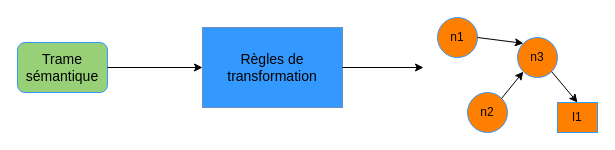
Above: images/Conception/DM/Transformer.drawio in Wissben/Master-Thesis (draw.io), before the change. Source tidied: cells renumbered, new cells numbered last; positions are measured from the earlier drawing's top-left corner, leaving out a move shared by most shapes. Both pictures are drawn from the tidied source at 100%, with x=0, y=0 at pixel (17, 17).
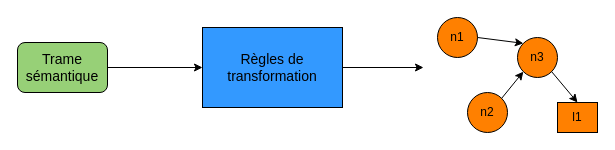
Above is the later version.

Change to the diagram source:
```diff
@@
 <mxGraphModel>
   <root>
     <mxCell id="0" />
     <mxCell id="1" parent="0" />
-    <mxCell id="2" value="&lt;div style=&quot;font-size: 14px&quot;&gt;&lt;font style=&quot;font-size: 14px&quot;&gt;Règles de&lt;/font&gt;&lt;/div&gt;&lt;div style=&quot;font-size: 14px&quot;&gt;&lt;font style=&quot;font-size: 14px&quot;&gt; transformation&lt;/font&gt;&lt;/div&gt;" style="rounded=0;whiteSpace=wrap;html=1;fillColor=#3399FF;strokeColor=#6c8ebf;" parent="1" vertex="1">
+    <mxCell id="2" value="&lt;div style=&quot;font-size: 14px&quot;&gt;&lt;font style=&quot;font-size: 14px&quot;&gt;Règles de&lt;/font&gt;&lt;/div&gt;&lt;div style=&quot;font-size: 14px&quot;&gt;&lt;font style=&quot;font-size: 14px&quot;&gt; transformation&lt;/font&gt;&lt;/div&gt;" style="rounded=0;whiteSpace=wrap;html=1;fillColor=#3399FF;strokeColor=#000000;" parent="1" vertex="1">
       <mxGeometry x="185" y="10" width="140" height="80" as="geometry" />
     </mxCell>
-    <mxCell id="3" value="&lt;font style=&quot;font-size: 14px&quot;&gt;Trame sémantique&lt;/font&gt;" style="rounded=1;whiteSpace=wrap;html=1;fillColor=#97D077;strokeColor=#3399FF;" parent="1" vertex="1">
+    <mxCell id="3" value="&lt;font style=&quot;font-size: 14px&quot;&gt;Trame sémantique&lt;/font&gt;" style="rounded=1;whiteSpace=wrap;html=1;fillColor=#97D077;strokeColor=#000000;" parent="1" vertex="1">
       <mxGeometry y="25" width="90" height="50" as="geometry" />
     </mxCell>
     <mxCell id="4" style="endArrow=classic;html=1;entryX=0;entryY=0.5;entryDx=0;entryDy=0;exitX=1;exitY=0.5;exitDx=0;exitDy=0;" parent="1" edge="1" source="3" target="2">
       <mxGeometry relative="1" as="geometry" />
     </mxCell>
     <mxCell id="5" style="endArrow=classic;html=1;entryX=0;entryY=0.5;entryDx=0;entryDy=0;" parent="1" edge="1" source="2">
       <mxGeometry relative="1" as="geometry">
         <mxPoint x="406" y="50" as="targetPoint" />
       </mxGeometry>
     </mxCell>
-    <mxCell id="6" value="n1" style="ellipse;whiteSpace=wrap;html=1;strokeColor=#3399FF;fillColor=#FF8000;" parent="1" vertex="1">
+    <mxCell id="6" value="n1" style="ellipse;whiteSpace=wrap;html=1;strokeColor=#000000;fillColor=#FF8000;" parent="1" vertex="1">
       <mxGeometry x="420" width="40" height="40" as="geometry" />
     </mxCell>
-    <mxCell id="7" value="n2" style="ellipse;whiteSpace=wrap;html=1;strokeColor=#3399FF;fillColor=#FF8000;" parent="1" vertex="1">
+    <mxCell id="7" value="n2" style="ellipse;whiteSpace=wrap;html=1;strokeColor=#000000;fillColor=#FF8000;" parent="1" vertex="1">
       <mxGeometry x="450" y="75" width="40" height="40" as="geometry" />
     </mxCell>
-    <mxCell id="8" value="n3" style="ellipse;whiteSpace=wrap;html=1;strokeColor=#3399FF;fillColor=#FF8000;" parent="1" vertex="1">
+    <mxCell id="8" value="n3" style="ellipse;whiteSpace=wrap;html=1;strokeColor=#000000;fillColor=#FF8000;" parent="1" vertex="1">
       <mxGeometry x="500" y="20" width="40" height="40" as="geometry" />
     </mxCell>
-    <mxCell id="9" value="l1" style="rounded=0;whiteSpace=wrap;html=1;strokeColor=#3399FF;fillColor=#FF8000;" parent="1" vertex="1">
+    <mxCell id="9" value="l1" style="rounded=0;whiteSpace=wrap;html=1;strokeColor=#000000;fillColor=#FF8000;" parent="1" vertex="1">
       <mxGeometry x="540" y="85" width="40" height="30" as="geometry" />
     </mxCell>
     <mxCell id="10" style="endArrow=classic;html=1;exitX=1;exitY=0;exitDx=0;exitDy=0;entryX=0;entryY=1;entryDx=0;entryDy=0;" parent="1" edge="1" source="7" target="8">
       <mxGeometry relative="1" as="geometry" />
     </mxCell>
     <mxCell id="11" style="endArrow=classic;html=1;entryX=0;entryY=0;entryDx=0;entryDy=0;exitX=1;exitY=0.5;exitDx=0;exitDy=0;" parent="1" edge="1" source="6" target="8">
       <mxGeometry relative="1" as="geometry" />
     </mxCell>
     <mxCell id="12" style="endArrow=classic;html=1;exitX=1;exitY=1;exitDx=0;exitDy=0;entryX=0.5;entryY=0;entryDx=0;entryDy=0;" parent="1" edge="1" source="8" target="9">
       <mxGeometry relative="1" as="geometry" />
     </mxCell>
   </root>
 </mxGraphModel>
```
